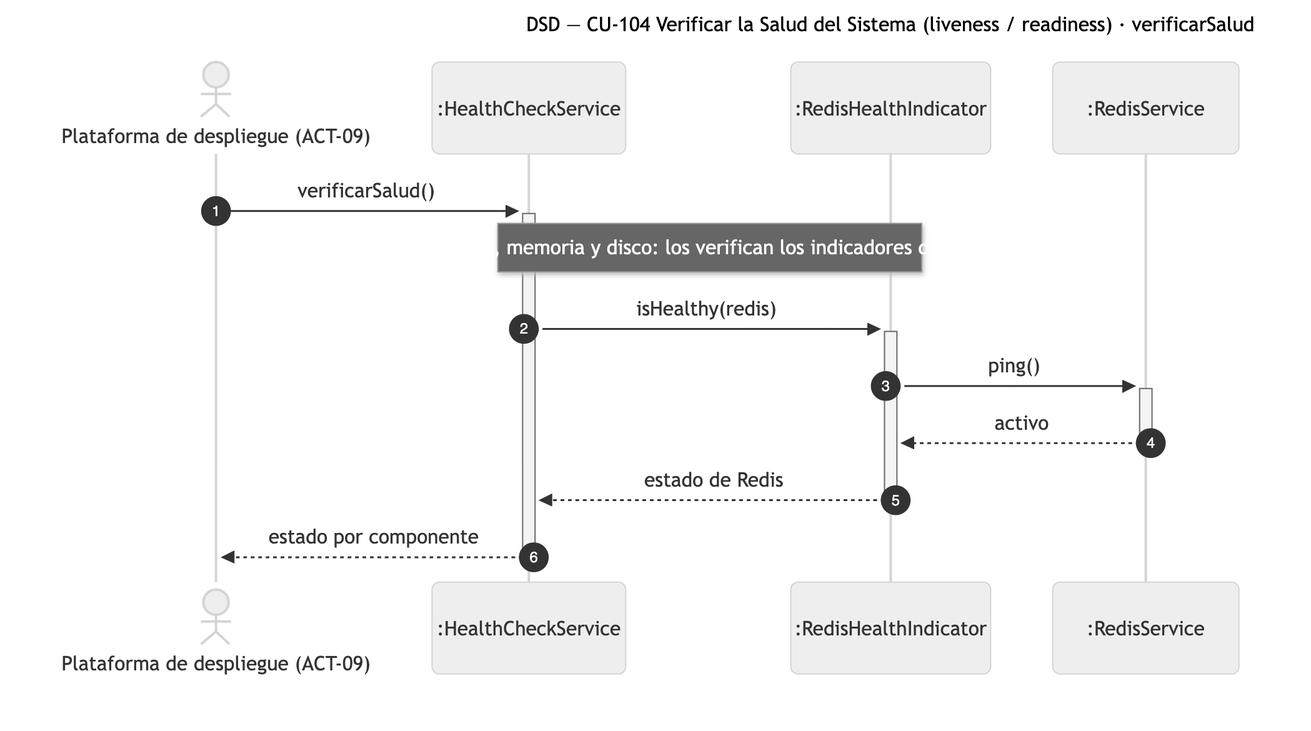
The Mermaid diagram diagramas/png/DSD_CU-104_verificarSalud.png in Nahuelito-Dev/splg-docs, before a commit. Its source is kept beside it as diagramas/DSD_CU-104_verificarSalud.mmd.
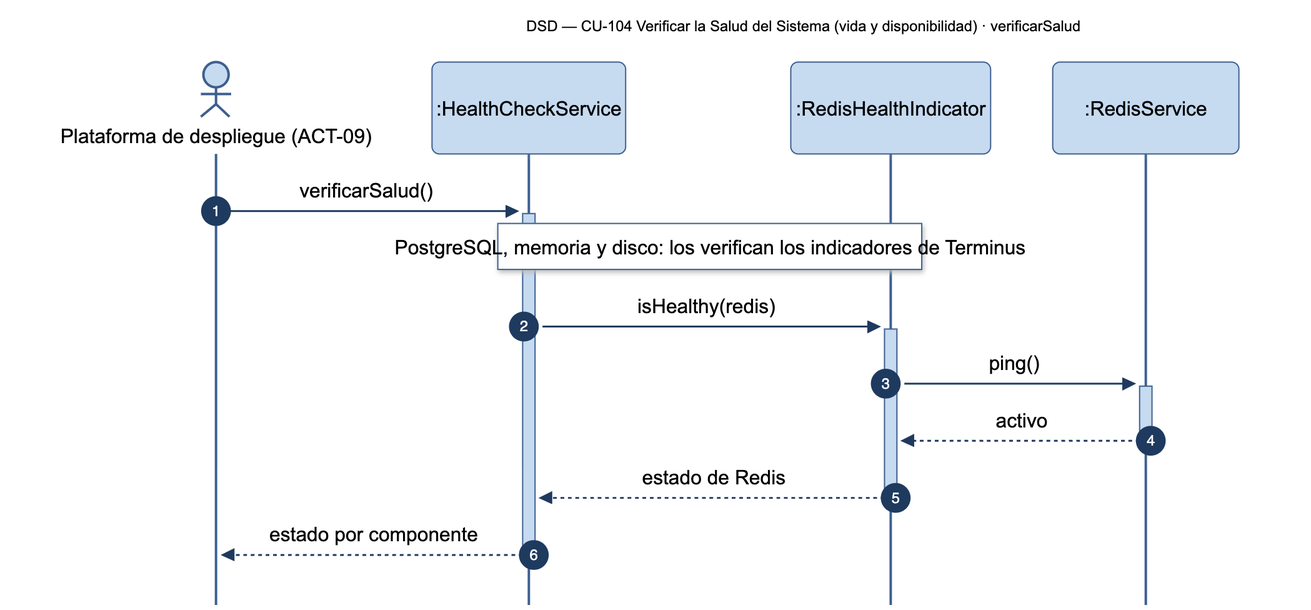
The same file after the commit.

What changed in the source:
```diff
@@ -1,5 +1,5 @@
 sequenceDiagram
-    title DSD — CU-104 Verificar la Salud del Sistema (liveness / readiness) · verificarSalud
+    title DSD — CU-104 Verificar la Salud del Sistema (vida y disponibilidad) · verificarSalud
     autonumber
     actor SIS as Plataforma de despliegue (ACT-09)
     participant HCS as :HealthCheckService
```
